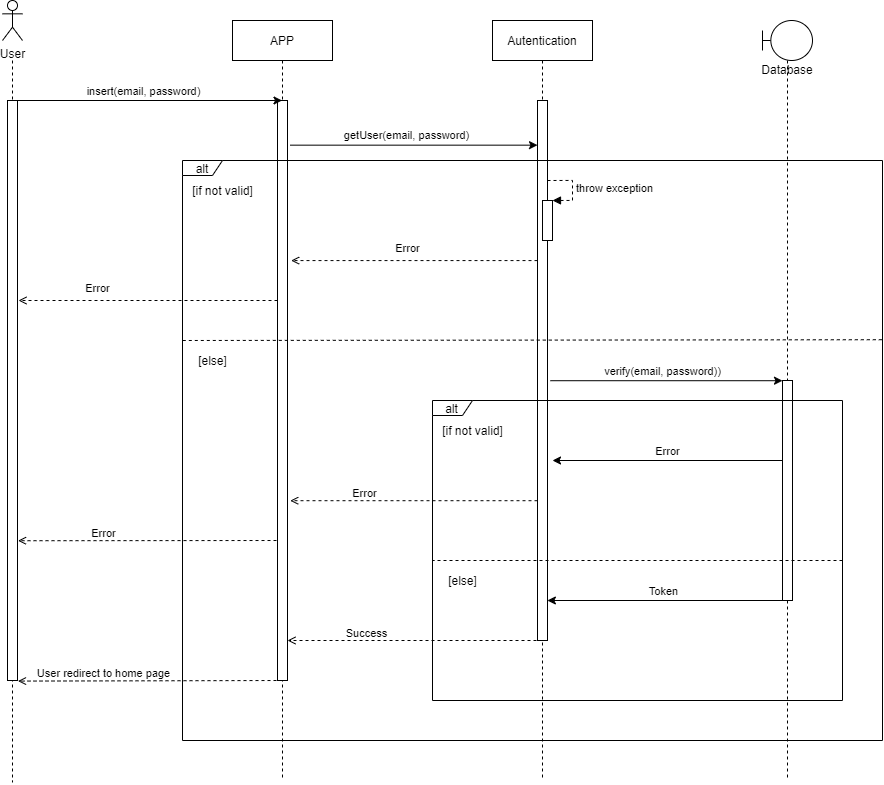
This is docs/assets/04-modelagem/20200924-larissa-diagrama-sequencia-login.png from UnBArqDsw/2020.1_G3_RecipeBuk_Documentation, a draw.io export, as it was before one commit. Source tidied: cells renumbered, new cells last; positions are measured from the earlier drawing's top-left corner, leaving out a move shared by most shapes. Source of this version:
```xml
<mxGraphModel>
  <root>
    <mxCell id="0" />
    <mxCell id="1" parent="0" />
    <mxCell id="2" style="endArrow=open;html=1;endFill=0;dashed=1;exitX=-0.099;exitY=0.79;exitDx=0;exitDy=0;exitPerimeter=0;entryX=1.049;entryY=0.759;entryDx=0;entryDy=0;entryPerimeter=0;" parent="1" edge="1" target="8">
      <mxGeometry relative="1" as="geometry">
        <mxPoint x="280" y="540" as="sourcePoint" />
      </mxGeometry>
    </mxCell>
    <mxCell id="3" value="Error" style="edgeLabel;html=1;align=center;verticalAlign=middle;" parent="2" vertex="1">
      <mxGeometry x="-0.27" y="-1" relative="1" as="geometry">
        <mxPoint x="-83.2" y="-6.9" as="offset" />
      </mxGeometry>
    </mxCell>
    <mxCell id="4" value="APP" style="shape=umlLifeline;perimeter=lifelinePerimeter;rounded=0;shadow=0;strokeWidth=1;" parent="1" vertex="1">
      <mxGeometry x="230" y="20" width="100" height="760" as="geometry" />
    </mxCell>
    <mxCell id="5" style="points=[];perimeter=orthogonalPerimeter;rounded=0;shadow=0;strokeWidth=1;" parent="4" vertex="1">
      <mxGeometry x="45" y="80" width="10" height="580" as="geometry" />
    </mxCell>
    <mxCell id="6" style="edgeStyle=orthogonalEdgeStyle;rounded=0;orthogonalLoop=1;jettySize=auto;html=1;dashed=1;endArrow=none;endFill=0;" parent="1" edge="1">
      <mxGeometry relative="1" as="geometry">
        <mxPoint x="10" y="60" as="sourcePoint" />
        <mxPoint x="10" y="781.9" as="targetPoint" />
      </mxGeometry>
    </mxCell>
    <mxCell id="7" value="User" style="shape=umlActor;verticalLabelPosition=bottom;verticalAlign=top;html=1;" parent="1" vertex="1">
      <mxGeometry width="20" height="40" as="geometry" />
    </mxCell>
    <mxCell id="8" style="points=[];perimeter=orthogonalPerimeter;rounded=0;shadow=0;strokeWidth=1;" parent="1" vertex="1">
      <mxGeometry x="5" y="100" width="10" height="580" as="geometry" />
    </mxCell>
    <mxCell id="9" style="endArrow=classic;html=1;exitX=0.308;exitY=0;exitDx=0;exitDy=0;exitPerimeter=0;" parent="1" edge="1" source="8" target="4">
      <mxGeometry relative="1" as="geometry" />
    </mxCell>
    <mxCell id="10" value="insert(email, password)" style="edgeLabel;html=1;align=center;verticalAlign=middle;" parent="9" vertex="1">
      <mxGeometry x="0.31" y="2" relative="1" as="geometry">
        <mxPoint x="-45.6" y="-8" as="offset" />
      </mxGeometry>
    </mxCell>
    <mxCell id="11" style="endArrow=open;html=1;endFill=0;dashed=1;entryX=1.364;entryY=0.276;entryDx=0;entryDy=0;entryPerimeter=0;" parent="1" edge="1" source="16" target="5">
      <mxGeometry relative="1" as="geometry" />
    </mxCell>
    <mxCell id="12" value="Error" style="edgeLabel;html=1;align=center;verticalAlign=middle;" parent="11" vertex="1">
      <mxGeometry x="-0.27" y="-1" relative="1" as="geometry">
        <mxPoint x="-41.7" y="-12" as="offset" />
      </mxGeometry>
    </mxCell>
    <mxCell id="13" value="[if not valid]" style="text;html=1;align=center;verticalAlign=middle;" parent="1" vertex="1">
      <mxGeometry x="180" y="180" width="80" height="20" as="geometry" />
    </mxCell>
    <mxCell id="14" value="[else]" style="text;html=1;align=center;verticalAlign=middle;" parent="1" vertex="1">
      <mxGeometry x="190" y="350" width="40" height="20" as="geometry" />
    </mxCell>
    <mxCell id="15" value="Autentication" style="shape=umlLifeline;perimeter=lifelinePerimeter;rounded=0;shadow=0;strokeWidth=1;" parent="1" vertex="1">
      <mxGeometry x="490" y="20" width="100" height="760" as="geometry" />
    </mxCell>
    <mxCell id="16" style="points=[];perimeter=orthogonalPerimeter;rounded=0;shadow=0;strokeWidth=1;" parent="15" vertex="1">
      <mxGeometry x="45" y="80" width="10" height="540" as="geometry" />
    </mxCell>
    <mxCell id="17" style="endArrow=none;html=1;endFill=0;dashed=1;exitX=0.999;exitY=0.309;exitDx=0;exitDy=0;exitPerimeter=0;" parent="1" edge="1" source="42">
      <mxGeometry relative="1" as="geometry">
        <mxPoint x="179" y="340" as="targetPoint" />
      </mxGeometry>
    </mxCell>
    <mxCell id="18" style="endArrow=classic;html=1;exitX=1.271;exitY=0.077;exitDx=0;exitDy=0;exitPerimeter=0;" parent="1" edge="1" source="5" target="16">
      <mxGeometry relative="1" as="geometry" />
    </mxCell>
    <mxCell id="19" value="getUser(email, password)" style="edgeLabel;html=1;align=center;verticalAlign=middle;" parent="18" vertex="1">
      <mxGeometry x="0.31" y="2" relative="1" as="geometry">
        <mxPoint x="-45.6" y="-8" as="offset" />
      </mxGeometry>
    </mxCell>
    <mxCell id="20" style="endArrow=classic;html=1;exitX=1.289;exitY=0.471;exitDx=0;exitDy=0;exitPerimeter=0;" parent="1" edge="1" target="27">
      <mxGeometry relative="1" as="geometry">
        <mxPoint x="547.9" y="380.2" as="sourcePoint" />
      </mxGeometry>
    </mxCell>
    <mxCell id="21" value="verify(email, password))" style="edgeLabel;html=1;align=center;verticalAlign=middle;" parent="20" vertex="1">
      <mxGeometry x="0.31" y="2" relative="1" as="geometry">
        <mxPoint x="-40" y="-8" as="offset" />
      </mxGeometry>
    </mxCell>
    <mxCell id="22" style="endArrow=classic;html=1;endFill=1;" parent="1" edge="1" source="27">
      <mxGeometry relative="1" as="geometry">
        <mxPoint x="550" y="460" as="targetPoint" />
      </mxGeometry>
    </mxCell>
    <mxCell id="23" value="Error" style="edgeLabel;html=1;align=center;verticalAlign=middle;" parent="22" vertex="1">
      <mxGeometry x="-0.27" y="-1" relative="1" as="geometry">
        <mxPoint x="-32" y="-9" as="offset" />
      </mxGeometry>
    </mxCell>
    <mxCell id="24" value="[if not valid]" style="text;html=1;align=center;verticalAlign=middle;" parent="1" vertex="1">
      <mxGeometry x="430" y="420" width="80" height="20" as="geometry" />
    </mxCell>
    <mxCell id="25" value="[else]" style="text;html=1;align=center;verticalAlign=middle;" parent="1" vertex="1">
      <mxGeometry x="440" y="570" width="40" height="20" as="geometry" />
    </mxCell>
    <mxCell id="26" value="Database" style="shape=umlLifeline;participant=umlBoundary;perimeter=lifelinePerimeter;whiteSpace=wrap;html=1;verticalAlign=top;spacingTop=36;" parent="1" vertex="1">
      <mxGeometry x="760" y="20" width="50" height="760" as="geometry" />
    </mxCell>
    <mxCell id="27" style="html=1;points=[];perimeter=orthogonalPerimeter;" parent="26" vertex="1">
      <mxGeometry x="20" y="360" width="10" height="220" as="geometry" />
    </mxCell>
    <mxCell id="28" style="html=1;points=[];perimeter=orthogonalPerimeter;" parent="1" vertex="1">
      <mxGeometry x="540" y="200" width="10" height="40" as="geometry" />
    </mxCell>
    <mxCell id="29" value="throw exception" style="edgeStyle=orthogonalEdgeStyle;html=1;align=left;spacingLeft=2;endArrow=block;rounded=0;entryX=1;entryY=0;dashed=1;" parent="1" edge="1" target="28">
      <mxGeometry relative="1" as="geometry">
        <mxPoint x="545" y="180" as="sourcePoint" />
        <Array as="points">
          <mxPoint x="570" y="180" />
        </Array>
      </mxGeometry>
    </mxCell>
    <mxCell id="30" style="endArrow=open;html=1;endFill=0;dashed=1;entryX=1.271;entryY=0.69;entryDx=0;entryDy=0;entryPerimeter=0;" parent="1" edge="1" source="16" target="5">
      <mxGeometry relative="1" as="geometry" />
    </mxCell>
    <mxCell id="31" value="Error" style="edgeLabel;html=1;align=center;verticalAlign=middle;" parent="30" vertex="1">
      <mxGeometry x="-0.27" y="-1" relative="1" as="geometry">
        <mxPoint x="-83.2" y="-6.9" as="offset" />
      </mxGeometry>
    </mxCell>
    <mxCell id="32" style="endArrow=open;html=1;endFill=0;dashed=1;" parent="1" edge="1" source="5">
      <mxGeometry relative="1" as="geometry">
        <mxPoint x="16" y="300" as="targetPoint" />
      </mxGeometry>
    </mxCell>
    <mxCell id="33" value="Error" style="edgeLabel;html=1;align=center;verticalAlign=middle;" parent="32" vertex="1">
      <mxGeometry x="-0.27" y="-1" relative="1" as="geometry">
        <mxPoint x="-86.7" y="-12" as="offset" />
      </mxGeometry>
    </mxCell>
    <mxCell id="34" style="endArrow=none;html=1;endFill=0;dashed=1;" parent="1" edge="1">
      <mxGeometry relative="1" as="geometry">
        <mxPoint x="840" y="560" as="sourcePoint" />
        <mxPoint x="430" y="560" as="targetPoint" />
      </mxGeometry>
    </mxCell>
    <mxCell id="35" style="endArrow=classic;html=1;endFill=1;entryX=1.475;entryY=0.628;entryDx=0;entryDy=0;entryPerimeter=0;" parent="1" edge="1">
      <mxGeometry relative="1" as="geometry">
        <mxPoint x="780" y="600" as="sourcePoint" />
        <mxPoint x="544.9" y="600" as="targetPoint" />
      </mxGeometry>
    </mxCell>
    <mxCell id="36" value="Token" style="edgeLabel;html=1;align=center;verticalAlign=middle;" parent="35" vertex="1">
      <mxGeometry x="-0.27" y="-1" relative="1" as="geometry">
        <mxPoint x="-34.2" y="-9" as="offset" />
      </mxGeometry>
    </mxCell>
    <mxCell id="37" style="endArrow=open;html=1;endFill=0;dashed=1;" parent="1" edge="1" target="5">
      <mxGeometry relative="1" as="geometry">
        <mxPoint x="540" y="640" as="sourcePoint" />
      </mxGeometry>
    </mxCell>
    <mxCell id="38" value="Success" style="edgeLabel;html=1;align=center;verticalAlign=middle;" parent="37" vertex="1">
      <mxGeometry x="-0.27" y="-1" relative="1" as="geometry">
        <mxPoint x="-83.2" y="-6.9" as="offset" />
      </mxGeometry>
    </mxCell>
    <mxCell id="39" style="endArrow=open;html=1;endFill=0;dashed=1;entryX=1.049;entryY=1.001;entryDx=0;entryDy=0;entryPerimeter=0;" parent="1" edge="1" target="8">
      <mxGeometry relative="1" as="geometry">
        <mxPoint x="280" y="680" as="sourcePoint" />
      </mxGeometry>
    </mxCell>
    <mxCell id="40" value="User redirect to home page" style="edgeLabel;html=1;align=center;verticalAlign=middle;" parent="39" vertex="1">
      <mxGeometry x="-0.27" y="-1" relative="1" as="geometry">
        <mxPoint x="-83.2" y="-6.9" as="offset" />
      </mxGeometry>
    </mxCell>
    <mxCell id="41" value="alt" style="shape=umlFrame;whiteSpace=wrap;html=1;width=40;height=15;" parent="1" vertex="1">
      <mxGeometry x="430" y="400" width="410" height="300" as="geometry" />
    </mxCell>
    <mxCell id="42" value="alt" style="shape=umlFrame;whiteSpace=wrap;html=1;width=40;height=15;" parent="1" vertex="1">
      <mxGeometry x="180" y="160" width="700" height="580" as="geometry" />
    </mxCell>
  </root>
</mxGraphModel>
```
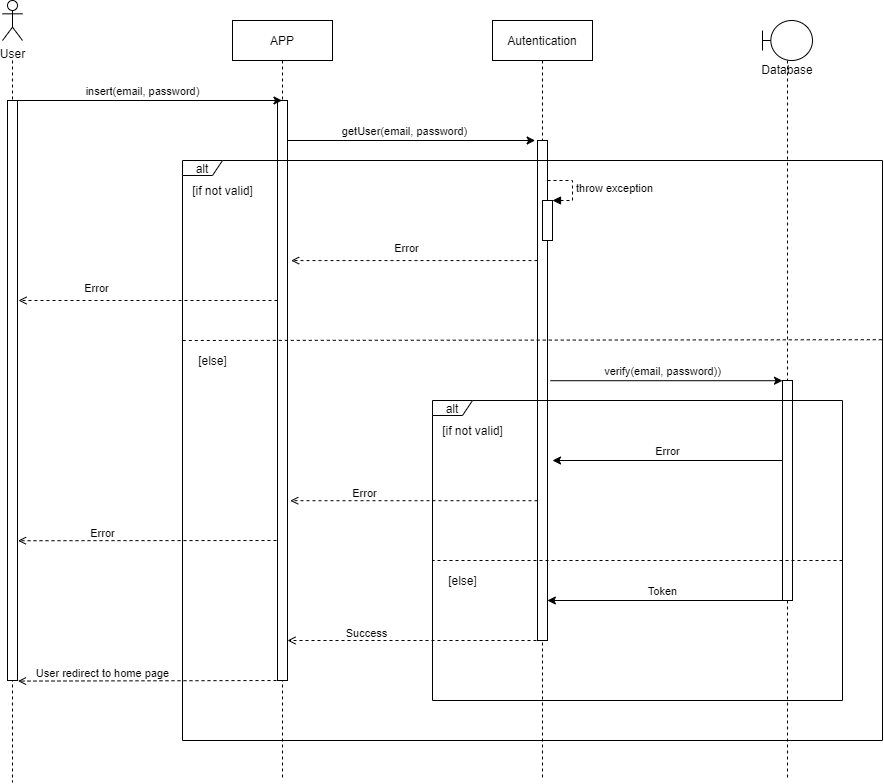
After the commit.

Commit message:
[#53] Corrected lifeline

Change to the diagram source:
```diff
@@ -56,14 +56,14 @@
       <mxGeometry x="490" y="20" width="100" height="760" as="geometry" />
     </mxCell>
     <mxCell id="16" style="points=[];perimeter=orthogonalPerimeter;rounded=0;shadow=0;strokeWidth=1;" parent="15" vertex="1">
-      <mxGeometry x="45" y="80" width="10" height="540" as="geometry" />
+      <mxGeometry x="45" y="120" width="10" height="500" as="geometry" />
     </mxCell>
     <mxCell id="17" style="endArrow=none;html=1;endFill=0;dashed=1;exitX=0.999;exitY=0.309;exitDx=0;exitDy=0;exitPerimeter=0;" parent="1" edge="1" source="42">
       <mxGeometry relative="1" as="geometry">
         <mxPoint x="179" y="340" as="targetPoint" />
       </mxGeometry>
     </mxCell>
-    <mxCell id="18" style="endArrow=classic;html=1;exitX=1.271;exitY=0.077;exitDx=0;exitDy=0;exitPerimeter=0;" parent="1" edge="1" source="5" target="16">
+    <mxCell id="18" style="endArrow=classic;html=1;entryX=-0.235;entryY=0;entryDx=0;entryDy=0;entryPerimeter=0;" parent="1" edge="1" source="5" target="16">
       <mxGeometry relative="1" as="geometry" />
     </mxCell>
     <mxCell id="19" value="getUser(email, password)" style="edgeLabel;html=1;align=center;verticalAlign=middle;" parent="18" vertex="1">
```
